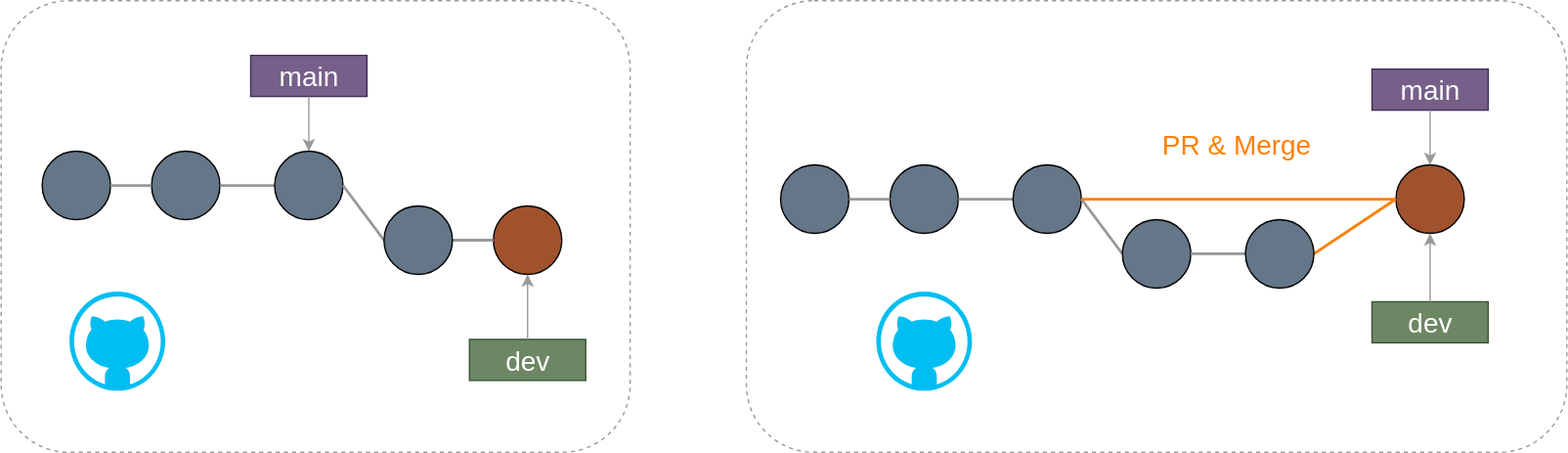
Before: slidev/drawio/wf_pr.svg, a diagram exported from draw.io (kazuyanagimoto/github-workshop). Source tidied: cells renumbered, new cells last; positions are measured from the earlier drawing's top-left corner, leaving out a move shared by most shapes.
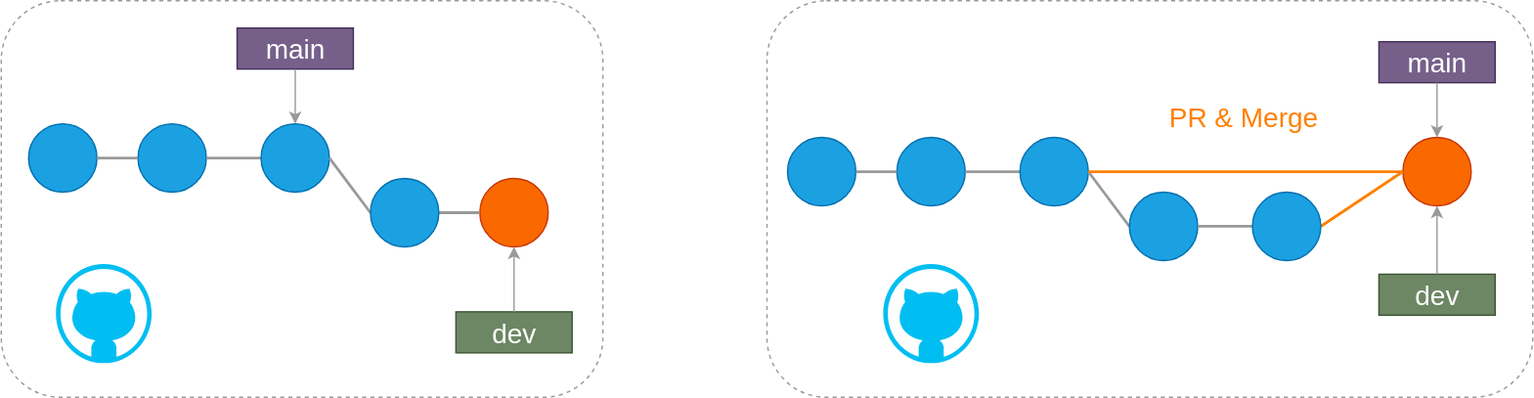
The same diagram one commit later.

The edit, as a diff of the source:
```diff
@@ -2,14 +2,14 @@
   <root>
     <mxCell id="0" />
     <mxCell id="1" parent="0" />
-    <mxCell id="2" style="ellipse;whiteSpace=wrap;html=1;fillColor=#647687;fontColor=#ffffff;strokeColor=#000000;" parent="1" vertex="1">
-      <mxGeometry x="570" y="120" width="50" height="50" as="geometry" />
+    <mxCell id="2" style="ellipse;whiteSpace=wrap;html=1;fillColor=#1ba1e2;fontColor=#ffffff;strokeColor=#006EAF;" parent="1" vertex="1">
+      <mxGeometry x="585" y="120" width="50" height="50" as="geometry" />
     </mxCell>
-    <mxCell id="3" style="ellipse;whiteSpace=wrap;html=1;fillColor=#647687;fontColor=#ffffff;strokeColor=#000000;" parent="1" vertex="1">
-      <mxGeometry x="650" y="120" width="50" height="50" as="geometry" />
+    <mxCell id="3" style="ellipse;whiteSpace=wrap;html=1;fillColor=#1ba1e2;fontColor=#ffffff;strokeColor=#006EAF;" parent="1" vertex="1">
+      <mxGeometry x="665" y="120" width="50" height="50" as="geometry" />
     </mxCell>
-    <mxCell id="4" style="ellipse;whiteSpace=wrap;html=1;fontColor=#ffffff;strokeColor=#000000;fillColor=#A0522D;" parent="1" vertex="1">
-      <mxGeometry x="1020" y="120" width="50" height="50" as="geometry" />
+    <mxCell id="4" style="ellipse;whiteSpace=wrap;html=1;fontColor=#000000;strokeColor=#C73500;fillColor=#fa6800;" parent="1" vertex="1">
+      <mxGeometry x="1035" y="120" width="50" height="50" as="geometry" />
     </mxCell>
     <mxCell id="5" style="endArrow=none;html=1;entryX=0;entryY=0.5;entryDx=0;entryDy=0;exitX=1;exitY=0.5;exitDx=0;exitDy=0;strokeColor=#999999;strokeWidth=2;" parent="1" edge="1" source="2" target="3">
       <mxGeometry relative="1" as="geometry" />
@@ -18,24 +18,24 @@
       <mxGeometry relative="1" as="geometry" />
     </mxCell>
     <mxCell id="7" value="main" style="rounded=1;whiteSpace=wrap;html=1;fillColor=#76608a;strokeColor=#432D57;fontColor=#ffffff;fontSize=20;arcSize=0;" parent="1" vertex="1">
-      <mxGeometry x="1002.5" y="50" width="85" height="30" as="geometry" />
+      <mxGeometry x="1017.5" y="50" width="85" height="30" as="geometry" />
     </mxCell>
     <mxCell id="8" style="endArrow=classic;html=1;fontSize=20;exitX=0.5;exitY=1;exitDx=0;exitDy=0;entryX=0.5;entryY=0;entryDx=0;entryDy=0;strokeColor=#999999;" parent="1" edge="1" source="7">
       <mxGeometry relative="1" as="geometry">
-        <mxPoint x="1045" y="120" as="targetPoint" />
+        <mxPoint x="1060" y="120" as="targetPoint" />
       </mxGeometry>
     </mxCell>
-    <mxCell id="9" style="rounded=1;whiteSpace=wrap;html=1;fontSize=16;strokeColor=#999999;dashed=1;fillColor=none;" parent="1" vertex="1">
-      <mxGeometry x="545" width="600" height="330" as="geometry" />
+    <mxCell id="9" style="rounded=1;whiteSpace=wrap;html=1;fontSize=16;dashed=1;fontColor=#000000;fillColor=none;strokeColor=#999999;" parent="1" vertex="1">
+      <mxGeometry x="570" y="20" width="560" height="290" as="geometry" />
     </mxCell>
-    <mxCell id="10" style="ellipse;whiteSpace=wrap;html=1;fillColor=#647687;fontColor=#ffffff;strokeColor=#000000;" parent="1" vertex="1">
-      <mxGeometry x="740" y="120" width="50" height="50" as="geometry" />
+    <mxCell id="10" style="ellipse;whiteSpace=wrap;html=1;fillColor=#1ba1e2;fontColor=#ffffff;strokeColor=#006EAF;" parent="1" vertex="1">
+      <mxGeometry x="755" y="120" width="50" height="50" as="geometry" />
     </mxCell>
     <mxCell id="11" style="endArrow=none;html=1;exitX=0;exitY=0.5;exitDx=0;exitDy=0;strokeWidth=2;entryX=1;entryY=0.5;entryDx=0;entryDy=0;noLabel=1;fontColor=none;strokeColor=#FF8000;" parent="1" edge="1" source="4" target="17">
       <mxGeometry relative="1" as="geometry" />
     </mxCell>
     <mxCell id="12" value="dev" style="rounded=1;whiteSpace=wrap;html=1;fillColor=#6d8764;strokeColor=#3A5431;fontColor=#ffffff;fontSize=20;arcSize=0;" parent="1" vertex="1">
-      <mxGeometry x="1002.5" y="220" width="85" height="30" as="geometry" />
+      <mxGeometry x="1017.5" y="220" width="85" height="30" as="geometry" />
     </mxCell>
     <mxCell id="13" style="endArrow=classic;html=1;fontSize=20;exitX=0.5;exitY=0;exitDx=0;exitDy=0;strokeColor=#999999;entryX=0.5;entryY=1;entryDx=0;entryDy=0;" parent="1" edge="1" source="12" target="4">
       <mxGeometry relative="1" as="geometry" />
@@ -43,28 +43,28 @@
     <mxCell id="14" style="endArrow=none;html=1;entryX=0;entryY=0.5;entryDx=0;entryDy=0;exitX=1;exitY=0.5;exitDx=0;exitDy=0;strokeColor=#999999;strokeWidth=2;" parent="1" edge="1" source="10" target="15">
       <mxGeometry relative="1" as="geometry" />
     </mxCell>
-    <mxCell id="15" style="ellipse;whiteSpace=wrap;html=1;fillColor=#647687;fontColor=#ffffff;strokeColor=#000000;" parent="1" vertex="1">
-      <mxGeometry x="820" y="160" width="50" height="50" as="geometry" />
+    <mxCell id="15" style="ellipse;whiteSpace=wrap;html=1;fillColor=#1ba1e2;fontColor=#ffffff;strokeColor=#006EAF;" parent="1" vertex="1">
+      <mxGeometry x="835" y="160" width="50" height="50" as="geometry" />
     </mxCell>
     <mxCell id="16" style="endArrow=none;html=1;entryX=0;entryY=0.5;entryDx=0;entryDy=0;exitX=1;exitY=0.5;exitDx=0;exitDy=0;strokeColor=#999999;strokeWidth=2;" parent="1" edge="1" source="15" target="17">
       <mxGeometry relative="1" as="geometry" />
     </mxCell>
-    <mxCell id="17" style="ellipse;whiteSpace=wrap;html=1;fillColor=#647687;fontColor=#ffffff;strokeColor=#000000;" parent="1" vertex="1">
-      <mxGeometry x="910" y="160" width="50" height="50" as="geometry" />
+    <mxCell id="17" style="ellipse;whiteSpace=wrap;html=1;fillColor=#1ba1e2;fontColor=#ffffff;strokeColor=#006EAF;" parent="1" vertex="1">
+      <mxGeometry x="925" y="160" width="50" height="50" as="geometry" />
     </mxCell>
     <mxCell id="18" style="endArrow=none;html=1;exitX=0;exitY=0.5;exitDx=0;exitDy=0;strokeWidth=2;entryX=1;entryY=0.5;entryDx=0;entryDy=0;noLabel=1;fontColor=none;strokeColor=#FF8000;" parent="1" edge="1" source="4" target="10">
       <mxGeometry relative="1" as="geometry" />
     </mxCell>
     <mxCell id="19" value="PR &amp;amp; Merge" style="text;html=1;strokeColor=none;fillColor=none;align=center;verticalAlign=middle;whiteSpace=wrap;rounded=0;fontSize=20;fontColor=#FF8000;" parent="1" vertex="1">
-      <mxGeometry x="820" y="90" width="167.5" height="30" as="geometry" />
+      <mxGeometry x="835" y="90" width="167.5" height="30" as="geometry" />
     </mxCell>
-    <mxCell id="20" style="ellipse;whiteSpace=wrap;html=1;fillColor=#647687;fontColor=#ffffff;strokeColor=#000000;" parent="1" vertex="1">
+    <mxCell id="20" style="ellipse;whiteSpace=wrap;html=1;fillColor=#1ba1e2;fontColor=#ffffff;strokeColor=#006EAF;" parent="1" vertex="1">
       <mxGeometry x="30" y="110" width="50" height="50" as="geometry" />
     </mxCell>
-    <mxCell id="21" style="ellipse;whiteSpace=wrap;html=1;fillColor=#647687;fontColor=#ffffff;strokeColor=#000000;" parent="1" vertex="1">
+    <mxCell id="21" style="ellipse;whiteSpace=wrap;html=1;fillColor=#1ba1e2;fontColor=#ffffff;strokeColor=#006EAF;" parent="1" vertex="1">
       <mxGeometry x="110" y="110" width="50" height="50" as="geometry" />
     </mxCell>
-    <mxCell id="22" style="ellipse;whiteSpace=wrap;html=1;fontColor=#ffffff;strokeColor=#000000;fillColor=#A0522D;" parent="1" vertex="1">
+    <mxCell id="22" style="ellipse;whiteSpace=wrap;html=1;fontColor=#000000;strokeColor=#C73500;fillColor=#fa6800;" parent="1" vertex="1">
       <mxGeometry x="360" y="150" width="50" height="50" as="geometry" />
     </mxCell>
     <mxCell id="23" style="endArrow=none;html=1;entryX=0;entryY=0.5;entryDx=0;entryDy=0;exitX=1;exitY=0.5;exitDx=0;exitDy=0;strokeColor=#999999;strokeWidth=2;" parent="1" edge="1" source="20" target="21">
@@ -82,9 +82,9 @@
       </mxGeometry>
     </mxCell>
     <mxCell id="27" style="rounded=1;whiteSpace=wrap;html=1;fontSize=16;strokeColor=#999999;dashed=1;fillColor=none;" parent="1" vertex="1">
-      <mxGeometry width="460" height="330" as="geometry" />
+      <mxGeometry x="10" y="20" width="440" height="290" as="geometry" />
     </mxCell>
-    <mxCell id="28" style="ellipse;whiteSpace=wrap;html=1;fillColor=#647687;fontColor=#ffffff;strokeColor=#000000;" parent="1" vertex="1">
+    <mxCell id="28" style="ellipse;whiteSpace=wrap;html=1;fillColor=#1ba1e2;fontColor=#ffffff;strokeColor=#006EAF;" parent="1" vertex="1">
       <mxGeometry x="200" y="110" width="50" height="50" as="geometry" />
     </mxCell>
     <mxCell id="29" style="endArrow=none;html=1;entryX=1;entryY=0.5;entryDx=0;entryDy=0;exitX=0;exitY=0.5;exitDx=0;exitDy=0;strokeColor=#999999;strokeWidth=2;" parent="1" edge="1" source="22">
@@ -101,10 +101,10 @@
     <mxCell id="32" style="endArrow=none;html=1;entryX=0;entryY=0.5;entryDx=0;entryDy=0;exitX=1;exitY=0.5;exitDx=0;exitDy=0;strokeColor=#999999;strokeWidth=2;" parent="1" edge="1" source="28" target="33">
       <mxGeometry relative="1" as="geometry" />
     </mxCell>
-    <mxCell id="33" style="ellipse;whiteSpace=wrap;html=1;fillColor=#647687;fontColor=#ffffff;strokeColor=#000000;" parent="1" vertex="1">
+    <mxCell id="33" style="ellipse;whiteSpace=wrap;html=1;fillColor=#1ba1e2;fontColor=#ffffff;strokeColor=#006EAF;" parent="1" vertex="1">
       <mxGeometry x="280" y="150" width="50" height="50" as="geometry" />
     </mxCell>
-    <mxCell id="34" style="shape=flexArrow;endArrow=classic;html=1;fontSize=20;fontColor=none;strokeColor=#FFFFFF;endWidth=36;endSize=12.7;width=34;" parent="1" edge="1">
+    <mxCell id="34" style="shape=flexArrow;endArrow=classic;html=1;fontSize=20;fontColor=none;endWidth=36;endSize=12.7;width=34;strokeColor=#FFFFFF;strokeWidth=2;" parent="1" edge="1">
       <mxGeometry relative="1" as="geometry">
         <mxPoint x="480" y="170" as="sourcePoint" />
         <mxPoint x="540" y="170" as="targetPoint" />
@@ -114,7 +114,7 @@
       <mxGeometry x="50" y="212.5" width="70" height="72.5" as="geometry" />
     </mxCell>
     <mxCell id="36" style="verticalLabelPosition=bottom;html=1;verticalAlign=top;align=center;strokeColor=none;fillColor=#00BEF2;shape=mxgraph.azure.github_code;fontSize=20;fontColor=#f0f0f0;" parent="1" vertex="1">
-      <mxGeometry x="640" y="212.5" width="70" height="72.5" as="geometry" />
+      <mxGeometry x="655" y="212.5" width="70" height="72.5" as="geometry" />
     </mxCell>
   </root>
 </mxGraphModel>
```
